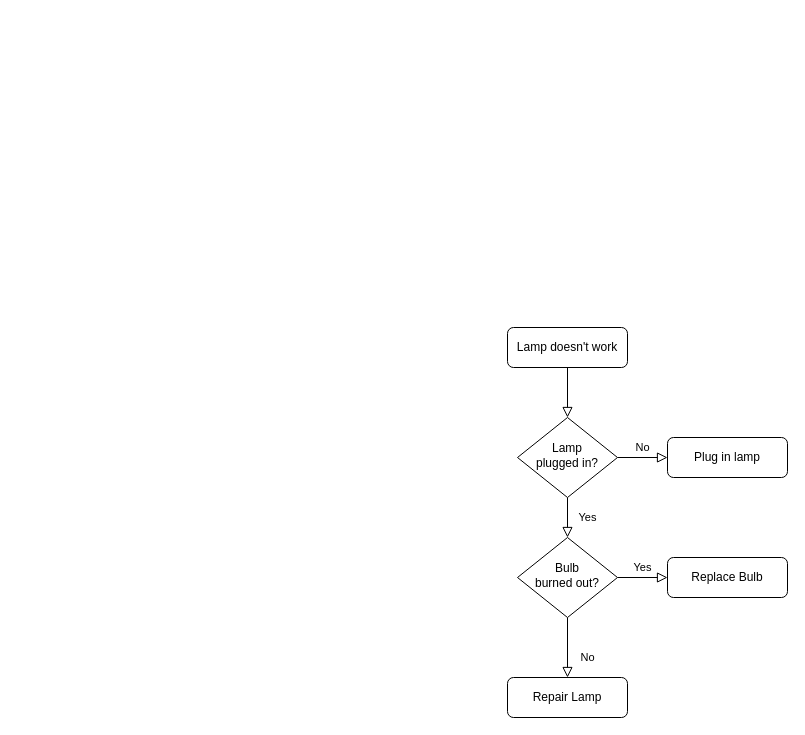
This is Diagrams/Authentication.drawio from david-ruffner/InventoryTrackerController, a draw.io file, before an edit. Source tidied: cells renumbered, new cells numbered last; positions are measured from the earlier drawing's top-left corner, leaving out a move shared by most shapes. Both pictures are drawn from the tidied source at 100%, with x=0, y=0 at pixel (507, 327).
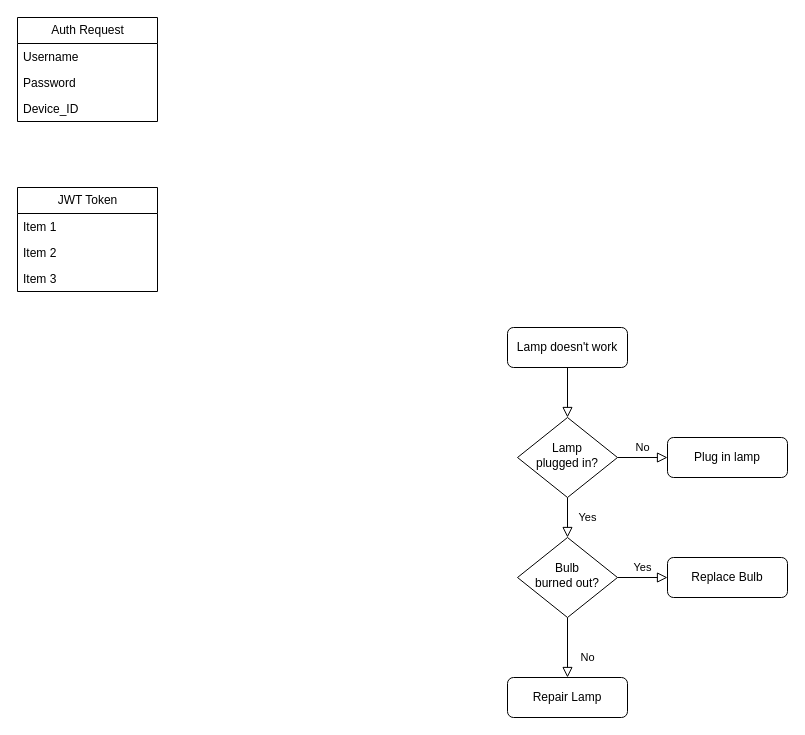
The same page after the edit.

Diff of the diagram source:
```diff
@@
+    <mxCell id="13" value="JWT Token" style="swimlane;fontStyle=0;horizontal=1;startSize=26;fillColor=none;html=1;" parent="1" vertex="1">
+      <mxGeometry x="-490" y="-140" width="140" height="104" as="geometry" />
+    </mxCell>
+    <mxCell id="14" value="Item 1" style="text;strokeColor=none;fillColor=none;align=left;verticalAlign=top;spacingLeft=4;spacingRight=4;overflow=hidden;whiteSpace=wrap;html=1;" parent="13" vertex="1">
+      <mxGeometry y="26" width="140" height="26" as="geometry" />
+    </mxCell>
+    <mxCell id="15" value="Item 2" style="text;strokeColor=none;fillColor=none;align=left;verticalAlign=top;spacingLeft=4;spacingRight=4;overflow=hidden;whiteSpace=wrap;html=1;" parent="13" vertex="1">
+      <mxGeometry y="52" width="140" height="26" as="geometry" />
+    </mxCell>
+    <mxCell id="16" value="Item 3" style="text;strokeColor=none;fillColor=none;align=left;verticalAlign=top;spacingLeft=4;spacingRight=4;overflow=hidden;whiteSpace=wrap;html=1;" parent="13" vertex="1">
+      <mxGeometry y="78" width="140" height="26" as="geometry" />
+    </mxCell>
+    <mxCell id="17" value="Auth Request" style="swimlane;fontStyle=0;horizontal=1;startSize=26;fillColor=none;html=1;" parent="1" vertex="1">
+      <mxGeometry x="-490" y="-310" width="140" height="104" as="geometry" />
+    </mxCell>
+    <mxCell id="18" value="Username" style="text;strokeColor=none;fillColor=none;align=left;verticalAlign=top;spacingLeft=4;spacingRight=4;overflow=hidden;whiteSpace=wrap;html=1;" parent="17" vertex="1">
+      <mxGeometry y="26" width="140" height="26" as="geometry" />
+    </mxCell>
+    <mxCell id="19" value="Password" style="text;strokeColor=none;fillColor=none;align=left;verticalAlign=top;spacingLeft=4;spacingRight=4;overflow=hidden;whiteSpace=wrap;html=1;" parent="17" vertex="1">
+      <mxGeometry y="52" width="140" height="26" as="geometry" />
+    </mxCell>
+    <mxCell id="20" value="Device_ID" style="text;strokeColor=none;fillColor=none;align=left;verticalAlign=top;spacingLeft=4;spacingRight=4;overflow=hidden;whiteSpace=wrap;html=1;" parent="17" vertex="1">
+      <mxGeometry y="78" width="140" height="26" as="geometry" />
+    </mxCell>
```
